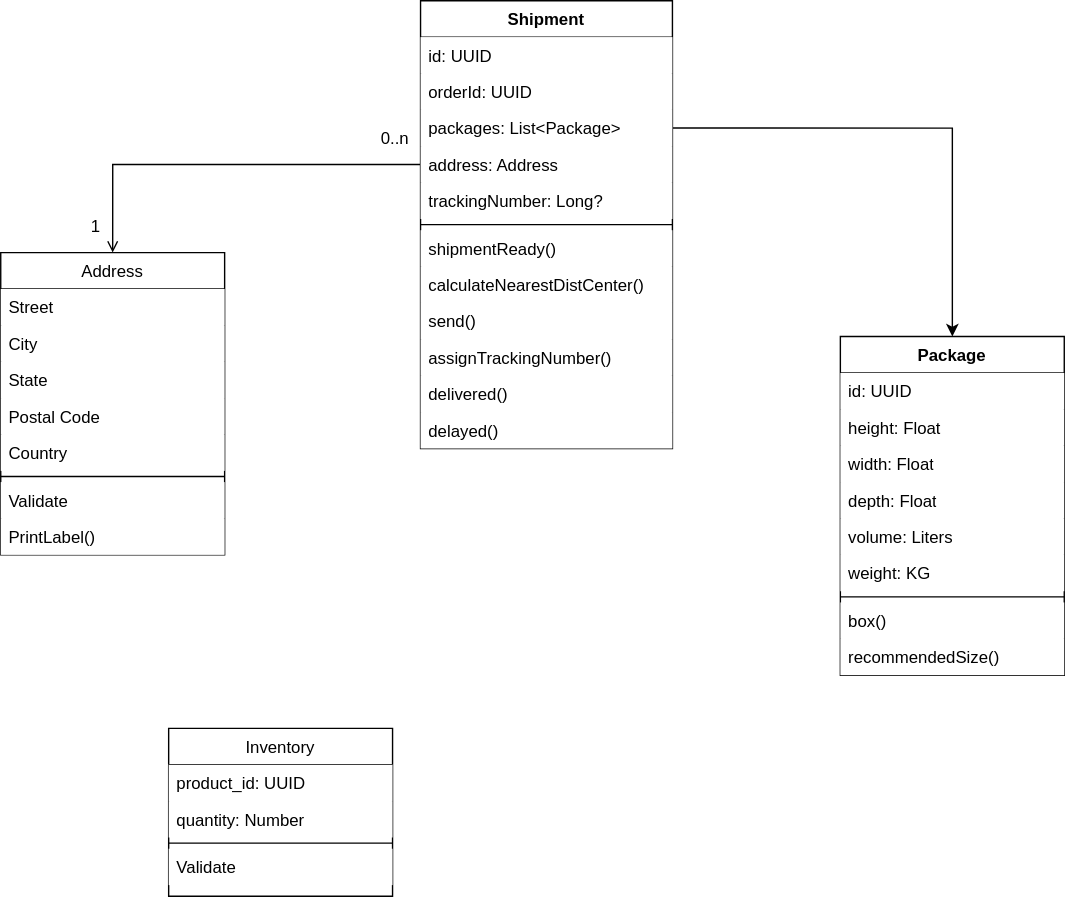
The draw.io diagram shipping/ShipmentSchema.svg in eda-ecommerce/asyncapi, before a commit. Source tidied: cells renumbered, new cells last; positions are measured from the earlier drawing's top-left corner, leaving out a move shared by most shapes.
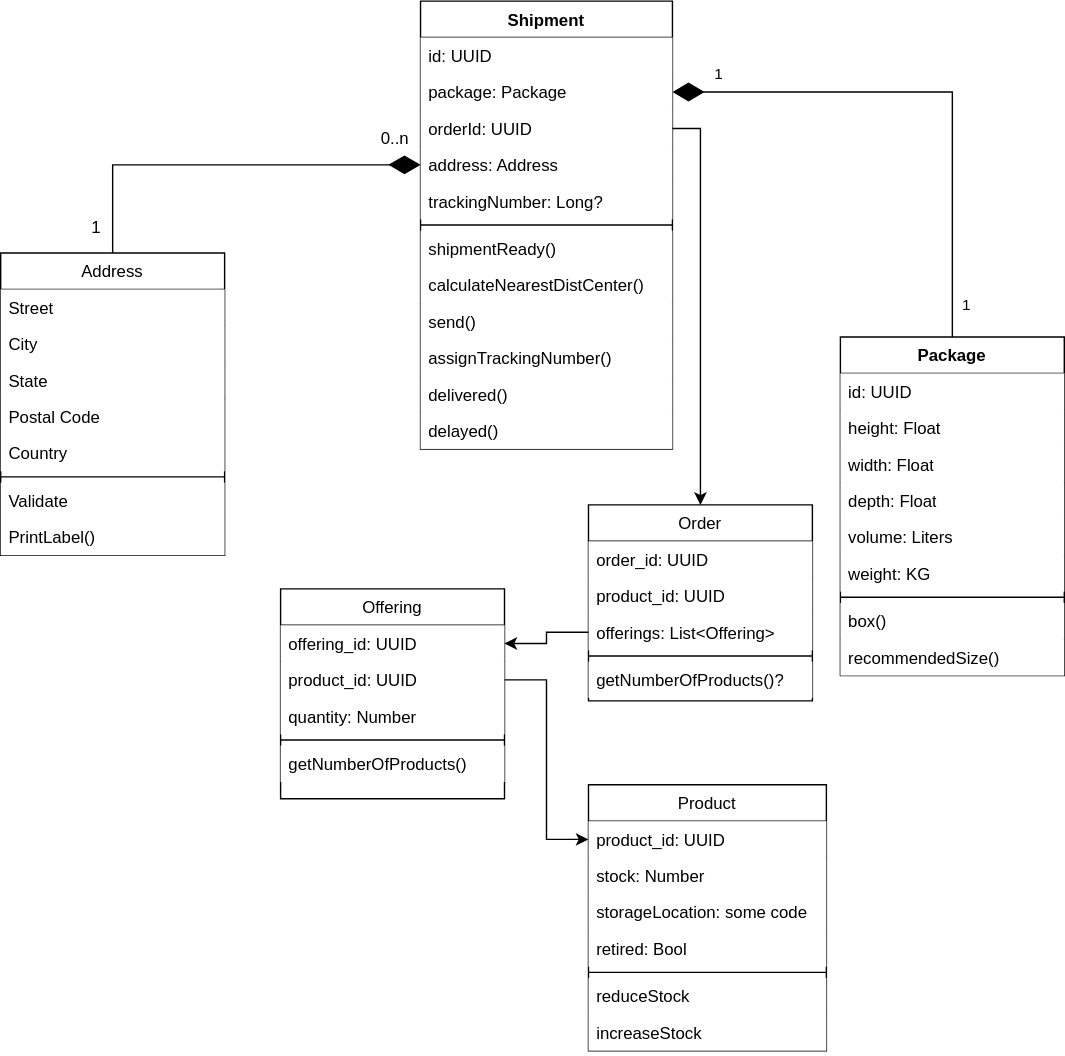
Later version of the same file.

What changed in the source:
```diff
@@ -29,7 +29,7 @@
     <mxCell id="10" value="PrintLabel()" style="text;align=left;verticalAlign=top;spacingLeft=4;spacingRight=4;overflow=hidden;fillColor=default;" parent="2" vertex="1">
       <mxGeometry y="190" width="160" height="26" as="geometry" />
     </mxCell>
-    <mxCell id="11" style="endArrow=open;shadow=0;strokeWidth=1;rounded=0;endFill=1;elbow=vertical;exitX=0;exitY=0.5;exitDx=0;exitDy=0;entryX=0.5;entryY=0;entryDx=0;entryDy=0;edgeStyle=orthogonalEdgeStyle;" parent="1" edge="1" source="29" target="2">
+    <mxCell id="11" style="endArrow=none;shadow=0;strokeWidth=1;rounded=0;endFill=0;elbow=vertical;exitX=0;exitY=0.5;exitDx=0;exitDy=0;entryX=0.5;entryY=0;entryDx=0;entryDy=0;edgeStyle=orthogonalEdgeStyle;startArrow=diamondThin;startFill=1;startSize=20;" parent="1" edge="1" source="29" target="2">
       <mxGeometry x="0.5" y="41" relative="1" as="geometry">
         <mxPoint x="-40" y="32" as="offset" />
       </mxGeometry>
@@ -44,9 +44,14 @@
         <mxPoint x="-7" y="-10" as="offset" />
       </mxGeometry>
     </mxCell>
-    <mxCell id="14" style="edgeStyle=orthogonalEdgeStyle;rounded=0;jettySize=auto;html=1;exitX=1;exitY=0.5;exitDx=0;exitDy=0;" parent="1" edge="1" source="28" target="15">
+    <mxCell id="14" style="edgeStyle=orthogonalEdgeStyle;rounded=0;jettySize=auto;html=1;exitX=1;exitY=0.5;exitDx=0;exitDy=0;endArrow=none;endFill=0;endSize=20;startSize=20;startArrow=diamondThin;startFill=1;" parent="1" edge="1" source="28" target="15">
       <mxGeometry relative="1" as="geometry" />
     </mxCell>
+    <mxCell id="43" value="1" style="edgeLabel;html=1;align=center;verticalAlign=middle;" parent="14" vertex="1">
+      <mxGeometry x="-0.79" y="2" relative="1" as="geometry">
+        <mxPoint x="-7" y="-11" as="offset" />
+      </mxGeometry>
+    </mxCell>
     <mxCell id="15" value="Package" style="swimlane;fontStyle=1;align=center;verticalAlign=top;horizontal=1;startSize=26;whiteSpace=wrap;html=1;" parent="1" vertex="1">
       <mxGeometry x="600" y="240" width="160" height="242" as="geometry" />
     </mxCell>
@@ -83,12 +88,12 @@
     <mxCell id="26" value="id: UUID" style="text;strokeColor=none;fillColor=default;align=left;verticalAlign=top;spacingLeft=4;spacingRight=4;overflow=hidden;whiteSpace=wrap;html=1;" parent="25" vertex="1">
       <mxGeometry y="26" width="180" height="26" as="geometry" />
     </mxCell>
+    <mxCell id="28" value="package: Package" style="text;strokeColor=none;fillColor=default;align=left;verticalAlign=top;spacingLeft=4;spacingRight=4;overflow=hidden;points=[[0,0.5],[1,0.5]];portConstraint=eastwest;whiteSpace=wrap;html=1;" parent="25" vertex="1">
+      <mxGeometry y="52" width="180" height="26" as="geometry" />
+    </mxCell>
     <mxCell id="27" value="&lt;div&gt;orderId: UUID&lt;br&gt;&lt;/div&gt;" style="text;strokeColor=none;fillColor=default;align=left;verticalAlign=top;spacingLeft=4;spacingRight=4;overflow=hidden;points=[[0,0.5],[1,0.5]];portConstraint=eastwest;whiteSpace=wrap;html=1;" parent="25" vertex="1">
-      <mxGeometry y="52" width="180" height="26" as="geometry" />
+      <mxGeometry y="78" width="180" height="26" as="geometry" />
     </mxCell>
-    <mxCell id="28" value="packages: List&amp;lt;Package&amp;gt;" style="text;strokeColor=none;fillColor=default;align=left;verticalAlign=top;spacingLeft=4;spacingRight=4;overflow=hidden;points=[[0,0.5],[1,0.5]];portConstraint=eastwest;whiteSpace=wrap;html=1;" parent="25" vertex="1">
-      <mxGeometry y="78" width="180" height="26" as="geometry" />
-    </mxCell>
     <mxCell id="29" value="address: Address" style="text;strokeColor=none;fillColor=default;align=left;verticalAlign=top;spacingLeft=4;spacingRight=4;overflow=hidden;points=[[0,0.5],[1,0.5]];portConstraint=eastwest;whiteSpace=wrap;html=1;" parent="25" vertex="1">
       <mxGeometry y="104" width="180" height="26" as="geometry" />
     </mxCell>
@@ -116,20 +121,79 @@
     <mxCell id="37" value="delayed()" style="text;strokeColor=none;fillColor=default;align=left;verticalAlign=top;spacingLeft=4;spacingRight=4;overflow=hidden;whiteSpace=wrap;html=1;" parent="25" vertex="1">
       <mxGeometry y="294" width="180" height="26" as="geometry" />
     </mxCell>
-    <mxCell id="38" value="Inventory" style="swimlane;fontStyle=0;align=center;verticalAlign=top;horizontal=1;startSize=26;rounded=0;shadow=0;strokeWidth=1;fillStyle=solid;" parent="1" vertex="1">
-      <mxGeometry x="120" y="520" width="160" height="120" as="geometry" />
-    </mxCell>
-    <mxCell id="39" value="product_id: UUID" style="text;align=left;verticalAlign=top;spacingLeft=4;spacingRight=4;overflow=hidden;fillColor=default;" parent="38" vertex="1">
-      <mxGeometry y="26" width="160" height="26" as="geometry" />
-    </mxCell>
+    <mxCell id="44" value="1" style="edgeLabel;html=1;align=center;verticalAlign=middle;" parent="1" vertex="1">
+      <mxGeometry x="519.6" y="90" as="geometry">
+        <mxPoint x="170" y="127" as="offset" />
+      </mxGeometry>
+    </mxCell>
+    <mxCell id="45" value="Offering" style="swimlane;fontStyle=0;align=center;verticalAlign=top;horizontal=1;startSize=26;rounded=0;shadow=0;strokeWidth=1;fillStyle=solid;" parent="1" vertex="1">
+      <mxGeometry x="200" y="420" width="160" height="150" as="geometry" />
+    </mxCell>
+    <mxCell id="46" value="offering_id: UUID" style="text;align=left;verticalAlign=top;spacingLeft=4;spacingRight=4;overflow=hidden;points=[[0,0.5],[1,0.5]];portConstraint=eastwest;rounded=0;shadow=0;html=0;fillColor=default;" parent="45" vertex="1">
+      <mxGeometry y="26" width="160" height="26" as="geometry" />
+    </mxCell>
+    <mxCell id="47" value="product_id: UUID" style="text;align=left;verticalAlign=top;spacingLeft=4;spacingRight=4;overflow=hidden;points=[[0,0.5],[1,0.5]];portConstraint=eastwest;fillColor=default;" parent="45" vertex="1">
+      <mxGeometry y="52" width="160" height="26" as="geometry" />
+    </mxCell>
-    <mxCell id="40" value="quantity: Number" style="text;align=left;verticalAlign=top;spacingLeft=4;spacingRight=4;overflow=hidden;rounded=0;shadow=0;html=0;fillColor=default;" parent="38" vertex="1">
-      <mxGeometry y="52" width="160" height="26" as="geometry" />
+    <mxCell id="40" value="quantity: Number" style="text;align=left;verticalAlign=top;spacingLeft=4;spacingRight=4;overflow=hidden;rounded=0;shadow=0;html=0;fillColor=default;" parent="45" vertex="1">
+      <mxGeometry y="78" width="160" height="26" as="geometry" />
     </mxCell>
-    <mxCell id="41" style="line;html=1;strokeWidth=1;align=left;verticalAlign=middle;spacingTop=-1;spacingLeft=3;spacingRight=3;labelPosition=right;" parent="38" vertex="1">
-      <mxGeometry y="78" width="160" height="8" as="geometry" />
-    </mxCell>
-    <mxCell id="42" value="Validate" style="text;align=left;verticalAlign=top;spacingLeft=4;spacingRight=4;overflow=hidden;fillColor=default;" parent="38" vertex="1">
-      <mxGeometry y="86" width="160" height="26" as="geometry" />
-    </mxCell>
+    <mxCell id="48" style="line;html=1;strokeWidth=1;align=left;verticalAlign=middle;spacingTop=-1;spacingLeft=3;spacingRight=3;labelPosition=right;" parent="45" vertex="1">
+      <mxGeometry y="104" width="160" height="8" as="geometry" />
+    </mxCell>
+    <mxCell id="49" value="getNumberOfProducts()" style="text;strokeColor=none;fillColor=default;align=left;verticalAlign=top;spacingLeft=4;spacingRight=4;overflow=hidden;whiteSpace=wrap;html=1;" parent="45" vertex="1">
+      <mxGeometry y="112" width="160" height="26" as="geometry" />
+    </mxCell>
+    <mxCell id="50" style="edgeStyle=orthogonalEdgeStyle;rounded=0;jettySize=auto;html=1;entryX=0;entryY=0.5;entryDx=0;entryDy=0;" parent="1" edge="1" source="47" target="52">
+      <mxGeometry relative="1" as="geometry" />
+    </mxCell>
+    <mxCell id="51" value="Product" style="swimlane;fontStyle=0;align=center;verticalAlign=top;horizontal=1;startSize=26;rounded=0;shadow=0;strokeWidth=1;fillStyle=solid;" parent="1" vertex="1">
+      <mxGeometry x="420" y="560" width="170" height="190" as="geometry" />
+    </mxCell>
+    <mxCell id="52" value="product_id: UUID" style="text;align=left;verticalAlign=top;spacingLeft=4;spacingRight=4;overflow=hidden;points=[[0,0.5],[1,0.5]];portConstraint=eastwest;fillColor=default;" parent="51" vertex="1">
+      <mxGeometry y="26" width="170" height="26" as="geometry" />
+    </mxCell>
+    <mxCell id="53" value="stock: Number" style="text;align=left;verticalAlign=top;spacingLeft=4;spacingRight=4;overflow=hidden;rounded=0;shadow=0;html=0;fillColor=default;" parent="51" vertex="1">
+      <mxGeometry y="52" width="170" height="26" as="geometry" />
+    </mxCell>
+    <mxCell id="54" value="storageLocation: some code" style="text;align=left;verticalAlign=top;spacingLeft=4;spacingRight=4;overflow=hidden;rounded=0;shadow=0;html=0;fillColor=default;" parent="51" vertex="1">
+      <mxGeometry y="78" width="170" height="26" as="geometry" />
+    </mxCell>
+    <mxCell id="55" value="retired: Bool" style="text;align=left;verticalAlign=top;spacingLeft=4;spacingRight=4;overflow=hidden;rounded=0;shadow=0;html=0;fillColor=default;" parent="51" vertex="1">
+      <mxGeometry y="104" width="170" height="26" as="geometry" />
+    </mxCell>
+    <mxCell id="56" style="line;html=1;strokeWidth=1;align=left;verticalAlign=middle;spacingTop=-1;spacingLeft=3;spacingRight=3;labelPosition=right;" parent="51" vertex="1">
+      <mxGeometry y="130" width="170" height="8" as="geometry" />
+    </mxCell>
+    <mxCell id="57" value="reduceStock" style="text;align=left;verticalAlign=top;spacingLeft=4;spacingRight=4;overflow=hidden;fillColor=default;" parent="51" vertex="1">
+      <mxGeometry y="138" width="170" height="26" as="geometry" />
+    </mxCell>
+    <mxCell id="58" value="increaseStock" style="text;align=left;verticalAlign=top;spacingLeft=4;spacingRight=4;overflow=hidden;fillColor=default;" parent="51" vertex="1">
+      <mxGeometry y="164" width="170" height="26" as="geometry" />
+    </mxCell>
+    <mxCell id="59" value="Order" style="swimlane;fontStyle=0;align=center;verticalAlign=top;horizontal=1;startSize=26;rounded=0;shadow=0;strokeWidth=1;fillStyle=solid;" parent="1" vertex="1">
+      <mxGeometry x="420" y="360" width="160" height="140" as="geometry" />
+    </mxCell>
+    <mxCell id="60" value="order_id: UUID" style="text;align=left;verticalAlign=top;spacingLeft=4;spacingRight=4;overflow=hidden;fillColor=default;" parent="59" vertex="1">
+      <mxGeometry y="26" width="160" height="26" as="geometry" />
+    </mxCell>
+    <mxCell id="61" value="product_id: UUID" style="text;align=left;verticalAlign=top;spacingLeft=4;spacingRight=4;overflow=hidden;fillColor=default;" parent="59" vertex="1">
+      <mxGeometry y="52" width="160" height="26" as="geometry" />
+    </mxCell>
+    <mxCell id="62" value="offerings: List&lt;Offering&gt;" style="text;align=left;verticalAlign=top;spacingLeft=4;spacingRight=4;overflow=hidden;points=[[0,0.5],[1,0.5]];portConstraint=eastwest;rounded=0;shadow=0;html=0;fillColor=default;" parent="59" vertex="1">
+      <mxGeometry y="78" width="160" height="26" as="geometry" />
+    </mxCell>
+    <mxCell id="63" style="line;html=1;strokeWidth=1;align=left;verticalAlign=middle;spacingTop=-1;spacingLeft=3;spacingRight=3;labelPosition=right;" parent="59" vertex="1">
+      <mxGeometry y="104" width="160" height="8" as="geometry" />
+    </mxCell>
+    <mxCell id="64" value="getNumberOfProducts()?" style="text;strokeColor=none;fillColor=default;align=left;verticalAlign=top;spacingLeft=4;spacingRight=4;overflow=hidden;whiteSpace=wrap;html=1;" parent="59" vertex="1">
+      <mxGeometry y="112" width="160" height="26" as="geometry" />
+    </mxCell>
+    <mxCell id="65" style="edgeStyle=orthogonalEdgeStyle;rounded=0;jettySize=auto;html=1;entryX=1;entryY=0.5;entryDx=0;entryDy=0;" parent="1" edge="1" source="62" target="46">
+      <mxGeometry relative="1" as="geometry" />
+    </mxCell>
+    <mxCell id="66" style="edgeStyle=orthogonalEdgeStyle;rounded=0;jettySize=auto;html=1;entryX=0.5;entryY=0;entryDx=0;entryDy=0;" parent="1" edge="1" source="27" target="59">
+      <mxGeometry relative="1" as="geometry" />
+    </mxCell>
   </root>
 </mxGraphModel>
```
